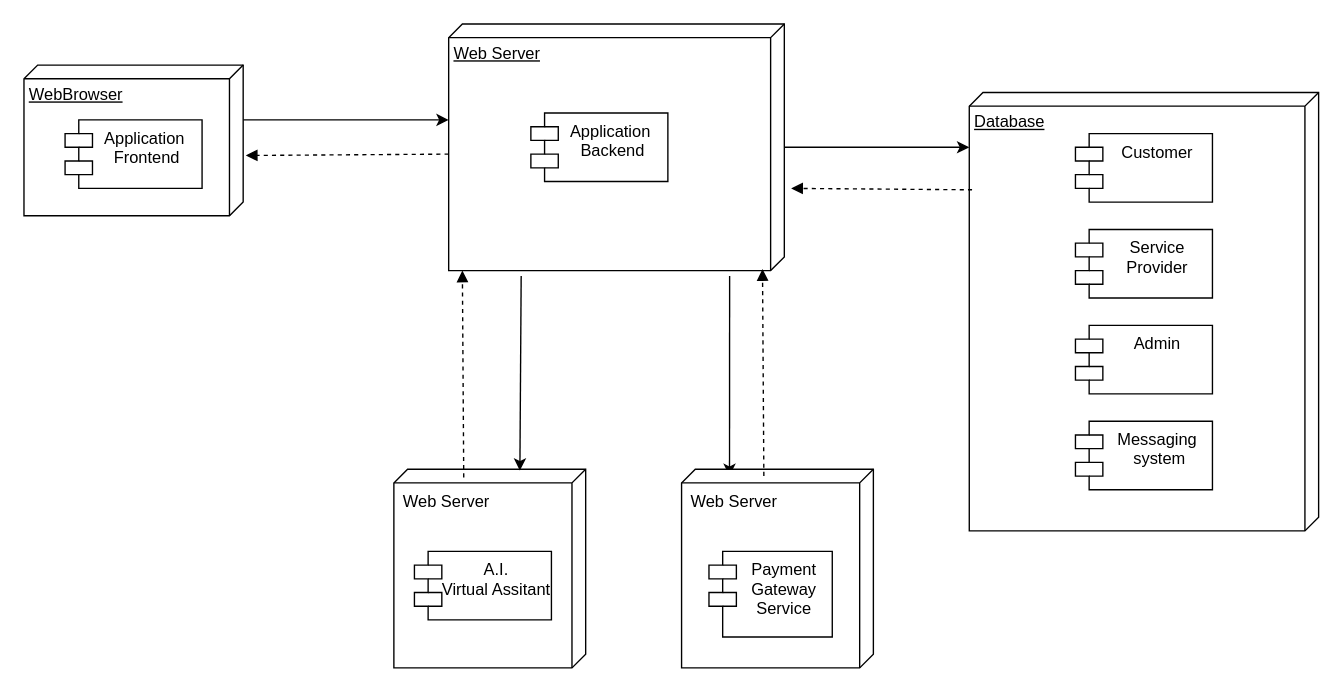
The draw.io diagram Diagrams/DeploymentDiagram.drawio in schurch82/High-Five-Star, before the edit. Source tidied: cells renumbered, new cells numbered last; positions are measured from the earlier drawing's top-left corner, leaving out a move shared by most shapes. Both pictures are drawn from the tidied source at 137%, with x=0, y=0 at pixel (23, 23).
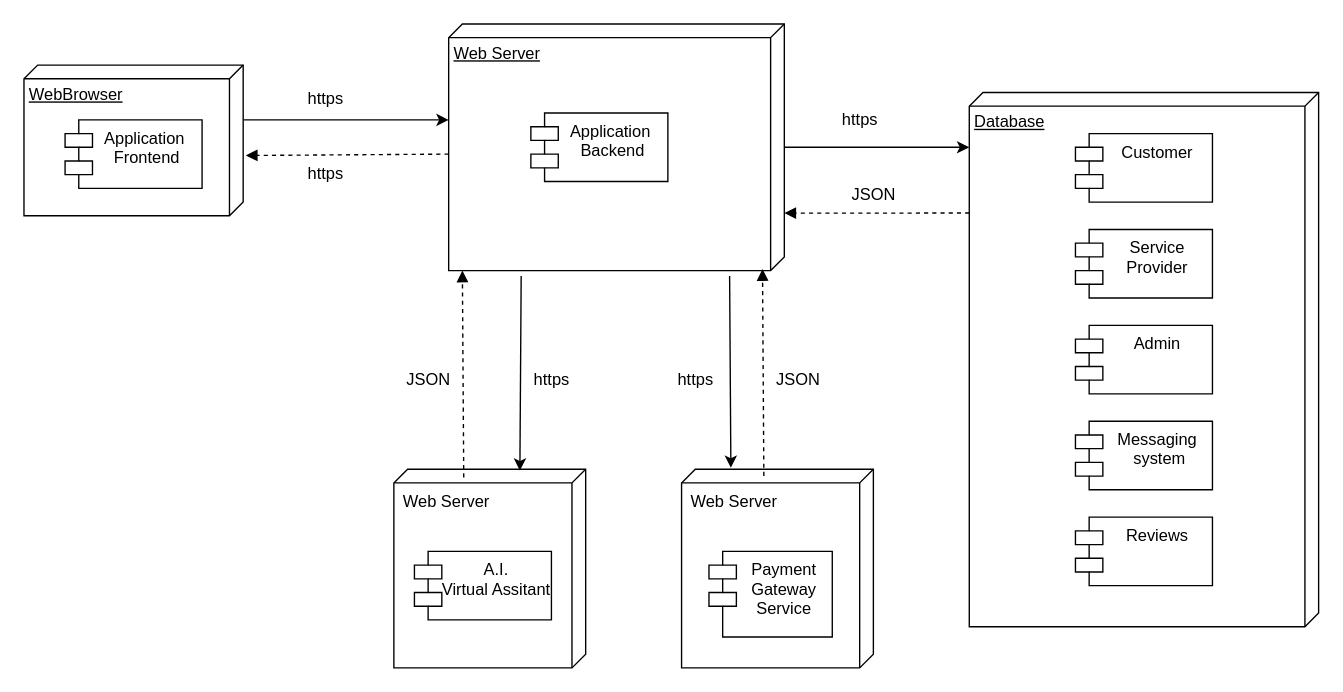
The same diagram, later.

Commit message:
adds final communication flow

The change refers to these unchanged cells:
```xml
<mxCell id="12" value="Web Server" style="verticalAlign=top;align=left;spacingTop=8;spacingLeft=2;spacingRight=12;shape=cube;size=10;direction=south;fontStyle=4;html=1;" parent="1" vertex="1">
  <mxGeometry x="310" width="245" height="180" as="geometry" />
</mxCell>
<mxCell id="16" value="Web Server" style="verticalAlign=top;align=left;shape=cube;size=10;direction=south;fontStyle=0;html=1;boundedLbl=1;spacingLeft=5;" parent="1" vertex="1">
  <mxGeometry x="480" y="325" width="140" height="145" as="geometry" />
</mxCell>
```

Change to the diagram source:
```diff
@@
     <mxCell id="4" value="Database" style="verticalAlign=top;align=left;spacingTop=8;spacingLeft=2;spacingRight=12;shape=cube;size=10;direction=south;fontStyle=4;html=1;" parent="1" vertex="1">
-      <mxGeometry x="690" y="50" width="255" height="320" as="geometry" />
+      <mxGeometry x="690" y="50" width="255" height="390" as="geometry" />
     </mxCell>
@@
-    <mxCell id="10" style="edgeStyle=none;html=1;exitX=1.022;exitY=0.163;exitDx=0;exitDy=0;exitPerimeter=0;entryX=0.034;entryY=0.75;entryDx=0;entryDy=0;entryPerimeter=0;" parent="1" edge="1" source="12" target="16">
+    <mxCell id="10" style="edgeStyle=none;html=1;exitX=1.022;exitY=0.163;exitDx=0;exitDy=0;exitPerimeter=0;entryX=-0.007;entryY=0.743;entryDx=0;entryDy=0;entryPerimeter=0;" parent="1" edge="1" source="12" target="16">
       <mxGeometry relative="1" as="geometry" />
     </mxCell>
@@
-    <mxCell id="19" style="html=1;verticalAlign=bottom;labelBackgroundColor=none;endArrow=block;endFill=1;dashed=1;exitX=0.222;exitY=0.992;exitDx=0;exitDy=0;exitPerimeter=0;" parent="1" edge="1" source="4">
+    <mxCell id="19" style="html=1;verticalAlign=bottom;labelBackgroundColor=none;endArrow=block;endFill=1;dashed=1;entryX=0.767;entryY=0;entryDx=0;entryDy=0;entryPerimeter=0;" parent="1" edge="1" target="12">
       <mxGeometry relative="1" as="geometry">
-        <mxPoint x="560" y="120" as="targetPoint" />
+        <mxPoint x="690" y="138" as="sourcePoint" />
       </mxGeometry>
     </mxCell>
@@
+    <mxCell id="23" value="Reviews" style="shape=module;align=left;spacingLeft=20;align=center;verticalAlign=top;" parent="1" vertex="1">
+      <mxGeometry x="767.5" y="360" width="100" height="50" as="geometry" />
+    </mxCell>
+    <mxCell id="24" value="https" style="text;html=1;align=center;verticalAlign=middle;strokeColor=none;fillColor=none;" parent="1" vertex="1">
+      <mxGeometry x="200" y="45" width="40" height="20" as="geometry" />
+    </mxCell>
+    <mxCell id="25" value="https" style="text;html=1;align=center;verticalAlign=middle;strokeColor=none;fillColor=none;" parent="1" vertex="1">
+      <mxGeometry x="200" y="100" width="40" height="20" as="geometry" />
+    </mxCell>
+    <mxCell id="26" value="https" style="text;html=1;align=center;verticalAlign=middle;strokeColor=none;fillColor=none;" parent="1" vertex="1">
+      <mxGeometry x="590" y="60" width="40" height="20" as="geometry" />
+    </mxCell>
+    <mxCell id="27" value="JSON" style="text;html=1;align=center;verticalAlign=middle;strokeColor=none;fillColor=none;" parent="1" vertex="1">
+      <mxGeometry x="595" y="115" width="50" height="20" as="geometry" />
+    </mxCell>
+    <mxCell id="28" value="https" style="text;html=1;align=center;verticalAlign=middle;strokeColor=none;fillColor=none;" parent="1" vertex="1">
+      <mxGeometry x="470" y="250" width="40" height="20" as="geometry" />
+    </mxCell>
+    <mxCell id="29" value="https" style="text;html=1;align=center;verticalAlign=middle;strokeColor=none;fillColor=none;" parent="1" vertex="1">
+      <mxGeometry x="365" y="250" width="40" height="20" as="geometry" />
+    </mxCell>
+    <mxCell id="30" value="JSON" style="text;html=1;align=center;verticalAlign=middle;strokeColor=none;fillColor=none;" parent="1" vertex="1">
+      <mxGeometry x="540" y="250" width="50" height="20" as="geometry" />
+    </mxCell>
+    <mxCell id="31" value="JSON" style="text;html=1;align=center;verticalAlign=middle;strokeColor=none;fillColor=none;" parent="1" vertex="1">
+      <mxGeometry x="270" y="250" width="50" height="20" as="geometry" />
+    </mxCell>
```
